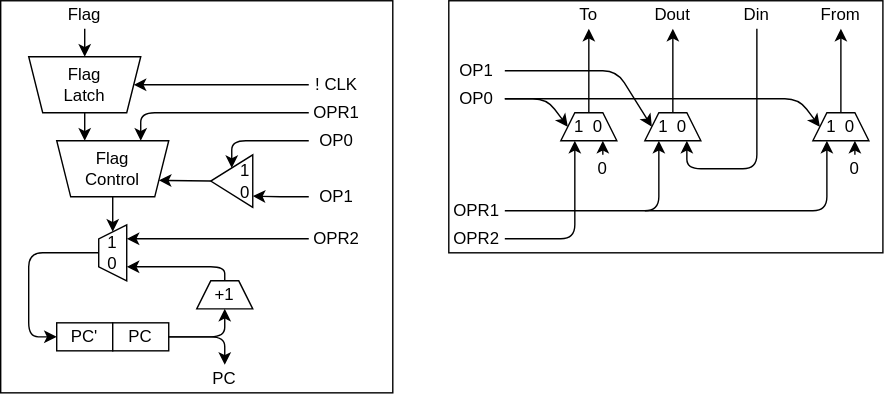
Before: RelayComputer/controller.drawio.svg, a diagram exported from draw.io (Next-MICON/Next-MOCON.github.io). Source tidied: cells renumbered, new cells last; positions are measured from the earlier drawing's top-left corner, leaving out a move shared by most shapes.
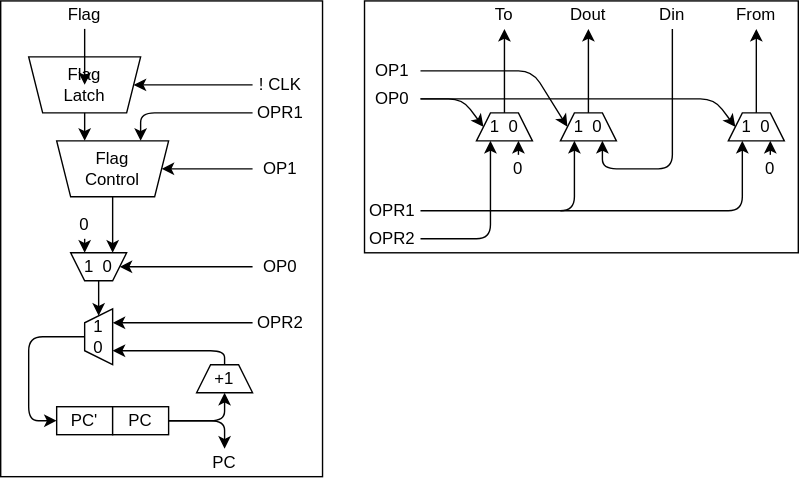
Later version of the same file.

The edit, as a diff of the source:
```diff
@@ -3,46 +3,46 @@
     <mxCell id="0" />
     <mxCell id="1" parent="0" />
     <mxCell id="2" style="rounded=0;whiteSpace=wrap;html=1;align=center;" parent="1" vertex="1">
-      <mxGeometry width="280" height="280" as="geometry" />
+      <mxGeometry width="230" height="340" as="geometry" />
     </mxCell>
     <mxCell id="3" style="rounded=0;whiteSpace=wrap;html=1;align=center;" parent="1" vertex="1">
-      <mxGeometry x="320" width="310" height="180" as="geometry" />
+      <mxGeometry x="260" width="310" height="180" as="geometry" />
     </mxCell>
     <mxCell id="4" value="1&amp;nbsp; 0" style="shape=trapezoid;perimeter=trapezoidPerimeter;whiteSpace=wrap;html=1;fixedSize=1;size=10;" parent="1" vertex="1">
-      <mxGeometry x="400" y="80" width="40" height="20" as="geometry" />
+      <mxGeometry x="340" y="80" width="40" height="20" as="geometry" />
     </mxCell>
     <mxCell id="5" style="endArrow=classic;html=1;exitX=0.5;exitY=0;exitDx=0;exitDy=0;entryX=0.5;entryY=1;entryDx=0;entryDy=0;" parent="1" edge="1" source="4" target="6">
       <mxGeometry relative="1" as="geometry" />
     </mxCell>
     <mxCell id="6" value="To" style="text;html=1;strokeColor=none;fillColor=none;align=center;verticalAlign=middle;whiteSpace=wrap;rounded=0;" parent="1" vertex="1">
-      <mxGeometry x="400" width="40" height="20" as="geometry" />
+      <mxGeometry x="340" width="40" height="20" as="geometry" />
     </mxCell>
     <mxCell id="7" value="1&amp;nbsp; 0" style="shape=trapezoid;perimeter=trapezoidPerimeter;whiteSpace=wrap;html=1;fixedSize=1;size=10;" parent="1" vertex="1">
-      <mxGeometry x="460" y="80" width="40" height="20" as="geometry" />
+      <mxGeometry x="400" y="80" width="40" height="20" as="geometry" />
     </mxCell>
     <mxCell id="8" style="endArrow=classic;html=1;exitX=0.5;exitY=0;exitDx=0;exitDy=0;entryX=0.5;entryY=1;entryDx=0;entryDy=0;" parent="1" edge="1" source="7" target="9">
       <mxGeometry relative="1" as="geometry" />
     </mxCell>
     <mxCell id="9" value="Dout" style="text;html=1;strokeColor=none;fillColor=none;align=center;verticalAlign=middle;whiteSpace=wrap;rounded=0;" parent="1" vertex="1">
-      <mxGeometry x="460" width="40" height="20" as="geometry" />
+      <mxGeometry x="400" width="40" height="20" as="geometry" />
     </mxCell>
     <mxCell id="10" value="1&amp;nbsp; 0" style="shape=trapezoid;perimeter=trapezoidPerimeter;whiteSpace=wrap;html=1;fixedSize=1;size=10;" parent="1" vertex="1">
-      <mxGeometry x="580" y="80" width="40" height="20" as="geometry" />
+      <mxGeometry x="520" y="80" width="40" height="20" as="geometry" />
     </mxCell>
     <mxCell id="11" style="endArrow=classic;html=1;exitX=0.5;exitY=0;exitDx=0;exitDy=0;entryX=0.5;entryY=1;entryDx=0;entryDy=0;" parent="1" edge="1" source="10" target="12">
       <mxGeometry relative="1" as="geometry" />
     </mxCell>
     <mxCell id="12" value="From" style="text;html=1;strokeColor=none;fillColor=none;align=center;verticalAlign=middle;whiteSpace=wrap;rounded=0;" parent="1" vertex="1">
-      <mxGeometry x="580" width="40" height="20" as="geometry" />
+      <mxGeometry x="520" width="40" height="20" as="geometry" />
     </mxCell>
     <mxCell id="13" value="Din" style="text;html=1;strokeColor=none;fillColor=none;align=center;verticalAlign=middle;whiteSpace=wrap;rounded=0;" parent="1" vertex="1">
-      <mxGeometry x="520" width="40" height="20" as="geometry" />
+      <mxGeometry x="460" width="40" height="20" as="geometry" />
     </mxCell>
     <mxCell id="14" style="endArrow=classic;html=1;entryX=0.75;entryY=1;entryDx=0;entryDy=0;exitX=0.5;exitY=1;exitDx=0;exitDy=0;" parent="1" edge="1" source="13" target="7">
       <mxGeometry relative="1" as="geometry">
         <Array as="points">
-          <mxPoint x="540" y="120" />
-          <mxPoint x="490" y="120" />
+          <mxPoint x="480" y="120" />
+          <mxPoint x="430" y="120" />
         </Array>
       </mxGeometry>
     </mxCell>
@@ -50,67 +50,67 @@
       <mxGeometry relative="1" as="geometry" />
     </mxCell>
     <mxCell id="16" value="0" style="text;html=1;strokeColor=none;fillColor=none;align=center;verticalAlign=middle;whiteSpace=wrap;rounded=0;" parent="1" vertex="1">
-      <mxGeometry x="420" y="110" width="20" height="20" as="geometry" />
+      <mxGeometry x="360" y="110" width="20" height="20" as="geometry" />
     </mxCell>
     <mxCell id="17" style="endArrow=classic;html=1;entryX=0.75;entryY=1;entryDx=0;entryDy=0;exitX=0.5;exitY=0;exitDx=0;exitDy=0;" parent="1" edge="1" source="18" target="10">
       <mxGeometry relative="1" as="geometry" />
     </mxCell>
     <mxCell id="18" value="0" style="text;html=1;strokeColor=none;fillColor=none;align=center;verticalAlign=middle;whiteSpace=wrap;rounded=0;" parent="1" vertex="1">
-      <mxGeometry x="600" y="110" width="20" height="20" as="geometry" />
+      <mxGeometry x="540" y="110" width="20" height="20" as="geometry" />
     </mxCell>
     <mxCell id="19" style="endArrow=classic;html=1;entryX=0;entryY=0.5;entryDx=0;entryDy=0;" parent="1" edge="1" target="4">
       <mxGeometry relative="1" as="geometry">
-        <mxPoint x="360" y="70" as="sourcePoint" />
+        <mxPoint x="300" y="70" as="sourcePoint" />
         <Array as="points">
-          <mxPoint x="390" y="70" />
+          <mxPoint x="330" y="70" />
         </Array>
       </mxGeometry>
     </mxCell>
     <mxCell id="20" style="endArrow=classic;html=1;entryX=0;entryY=0.5;entryDx=0;entryDy=0;exitX=1;exitY=0.5;exitDx=0;exitDy=0;" parent="1" edge="1" source="22" target="10">
       <mxGeometry relative="1" as="geometry">
         <Array as="points">
-          <mxPoint x="570" y="70" />
+          <mxPoint x="510" y="70" />
         </Array>
       </mxGeometry>
     </mxCell>
     <mxCell id="21" style="endArrow=classic;html=1;entryX=0;entryY=0.5;entryDx=0;entryDy=0;exitX=1;exitY=0.5;exitDx=0;exitDy=0;" parent="1" edge="1" source="23" target="7">
       <mxGeometry relative="1" as="geometry">
         <Array as="points">
-          <mxPoint x="440" y="50" />
+          <mxPoint x="380" y="50" />
         </Array>
       </mxGeometry>
     </mxCell>
     <mxCell id="22" value="OP0" style="text;html=1;strokeColor=none;fillColor=none;align=center;verticalAlign=middle;whiteSpace=wrap;rounded=0;" parent="1" vertex="1">
-      <mxGeometry x="320" y="60" width="40" height="20" as="geometry" />
+      <mxGeometry x="260" y="60" width="40" height="20" as="geometry" />
     </mxCell>
     <mxCell id="23" value="OP1" style="text;html=1;strokeColor=none;fillColor=none;align=center;verticalAlign=middle;whiteSpace=wrap;rounded=0;" parent="1" vertex="1">
-      <mxGeometry x="320" y="40" width="40" height="20" as="geometry" />
+      <mxGeometry x="260" y="40" width="40" height="20" as="geometry" />
     </mxCell>
     <mxCell id="24" value="OPR2" style="text;html=1;strokeColor=none;fillColor=none;align=center;verticalAlign=middle;whiteSpace=wrap;rounded=0;" parent="1" vertex="1">
-      <mxGeometry x="320" y="160" width="40" height="20" as="geometry" />
+      <mxGeometry x="260" y="160" width="40" height="20" as="geometry" />
     </mxCell>
     <mxCell id="25" value="OPR1" style="text;html=1;strokeColor=none;fillColor=none;align=center;verticalAlign=middle;whiteSpace=wrap;rounded=0;" parent="1" vertex="1">
-      <mxGeometry x="320" y="140" width="40" height="20" as="geometry" />
+      <mxGeometry x="260" y="140" width="40" height="20" as="geometry" />
     </mxCell>
     <mxCell id="26" style="endArrow=classic;html=1;exitX=1;exitY=0.5;exitDx=0;exitDy=0;entryX=0.25;entryY=1;entryDx=0;entryDy=0;" parent="1" edge="1" source="25" target="7">
       <mxGeometry relative="1" as="geometry">
         <Array as="points">
-          <mxPoint x="470" y="150" />
+          <mxPoint x="410" y="150" />
         </Array>
       </mxGeometry>
     </mxCell>
     <mxCell id="27" style="endArrow=classic;html=1;entryX=0.25;entryY=1;entryDx=0;entryDy=0;" parent="1" edge="1" target="10">
       <mxGeometry relative="1" as="geometry">
-        <mxPoint x="460" y="150" as="sourcePoint" />
+        <mxPoint x="400" y="150" as="sourcePoint" />
         <Array as="points">
-          <mxPoint x="590" y="150" />
+          <mxPoint x="530" y="150" />
         </Array>
       </mxGeometry>
     </mxCell>
     <mxCell id="28" style="endArrow=classic;html=1;entryX=0.25;entryY=1;entryDx=0;entryDy=0;exitX=1;exitY=0.5;exitDx=0;exitDy=0;" parent="1" edge="1" source="24" target="4">
       <mxGeometry relative="1" as="geometry">
         <Array as="points">
-          <mxPoint x="410" y="170" />
+          <mxPoint x="350" y="170" />
         </Array>
       </mxGeometry>
     </mxCell>
@@ -127,51 +127,52 @@
       <mxGeometry x="40" y="100" width="80" height="40" as="geometry" />
     </mxCell>
     <mxCell id="33" value="1&lt;br&gt;0" style="shape=trapezoid;perimeter=trapezoidPerimeter;whiteSpace=wrap;html=1;fixedSize=1;size=10;direction=north;verticalAlign=middle;align=center;" parent="1" vertex="1">
-      <mxGeometry x="70" y="160" width="20" height="40" as="geometry" />
+      <mxGeometry x="60" y="220" width="20" height="40" as="geometry" />
     </mxCell>
-    <mxCell id="34" style="endArrow=classic;html=1;exitX=0.5;exitY=0;exitDx=0;exitDy=0;entryX=1;entryY=0.5;entryDx=0;entryDy=0;" parent="1" edge="1" source="32" target="33">
+    <mxCell id="34" style="endArrow=classic;html=1;exitX=0.5;exitY=0;exitDx=0;exitDy=0;entryX=0.25;entryY=1;entryDx=0;entryDy=0;" parent="1" edge="1" source="32" target="50">
       <mxGeometry relative="1" as="geometry" />
     </mxCell>
     <mxCell id="35" value="+1" style="shape=trapezoid;perimeter=trapezoidPerimeter;whiteSpace=wrap;html=1;fixedSize=1;size=10;direction=east;verticalAlign=middle;align=center;" parent="1" vertex="1">
-      <mxGeometry x="140" y="200" width="40" height="20" as="geometry" />
+      <mxGeometry x="140" y="260" width="40" height="20" as="geometry" />
     </mxCell>
     <mxCell id="36" value="PC'" style="rounded=0;whiteSpace=wrap;html=1;align=center;" parent="1" vertex="1">
-      <mxGeometry x="40" y="230" width="40" height="20" as="geometry" />
+      <mxGeometry x="40" y="290" width="40" height="20" as="geometry" />
     </mxCell>
     <mxCell id="37" value="PC" style="rounded=0;whiteSpace=wrap;html=1;align=center;" parent="1" vertex="1">
-      <mxGeometry x="80" y="230" width="40" height="20" as="geometry" />
+      <mxGeometry x="80" y="290" width="40" height="20" as="geometry" />
     </mxCell>
     <mxCell id="38" style="endArrow=classic;html=1;entryX=0;entryY=0.5;entryDx=0;entryDy=0;exitX=0.5;exitY=0;exitDx=0;exitDy=0;" parent="1" edge="1" source="33" target="36">
       <mxGeometry relative="1" as="geometry">
         <Array as="points">
-          <mxPoint x="20" y="180" />
           <mxPoint x="20" y="240" />
+          <mxPoint x="20" y="300" />
         </Array>
       </mxGeometry>
     </mxCell>
     <mxCell id="39" style="endArrow=classic;html=1;entryX=0.5;entryY=1;entryDx=0;entryDy=0;exitX=1;exitY=0.5;exitDx=0;exitDy=0;" parent="1" edge="1" source="37" target="35">
       <mxGeometry relative="1" as="geometry">
         <Array as="points">
-          <mxPoint x="160" y="240" />
+          <mxPoint x="160" y="300" />
         </Array>
       </mxGeometry>
     </mxCell>
     <mxCell id="40" style="endArrow=classic;html=1;entryX=0.25;entryY=1;entryDx=0;entryDy=0;exitX=0.5;exitY=0;exitDx=0;exitDy=0;" parent="1" edge="1" source="35" target="33">
       <mxGeometry relative="1" as="geometry">
         <Array as="points">
-          <mxPoint x="160" y="190" />
+          <mxPoint x="160" y="250" />
         </Array>
       </mxGeometry>
     </mxCell>
-    <mxCell id="41" style="endArrow=classic;html=1;exitX=1;exitY=0.5;exitDx=0;exitDy=0;entryX=0.5;entryY=0;entryDx=0;entryDy=0;" parent="1" edge="1" source="37" target="42">
+    <mxCell id="41" style="endArrow=classic;html=1;exitX=1;exitY=0.5;exitDx=0;exitDy=0;entryX=0.5;entryY=0;entryDx=0;entryDy=0;" parent="1" edge="1" source="37">
       <mxGeometry relative="1" as="geometry">
+        <mxPoint x="160" y="320" as="targetPoint" />
         <Array as="points">
-          <mxPoint x="160" y="240" />
+          <mxPoint x="160" y="300" />
         </Array>
       </mxGeometry>
     </mxCell>
     <mxCell id="42" value="PC" style="text;html=1;strokeColor=none;fillColor=none;align=center;verticalAlign=middle;whiteSpace=wrap;rounded=0;" parent="1" vertex="1">
-      <mxGeometry x="140" y="260" width="40" height="20" as="geometry" />
+      <mxGeometry x="140" y="320" width="40" height="20" as="geometry" />
     </mxCell>
     <mxCell id="43" style="endArrow=classic;html=1;exitX=0.5;exitY=0;exitDx=0;exitDy=0;entryX=0.75;entryY=1;entryDx=0;entryDy=0;" parent="1" edge="1" source="29" target="32">
       <mxGeometry relative="1" as="geometry" />
@@ -180,7 +181,7 @@
       <mxGeometry relative="1" as="geometry" />
     </mxCell>
     <mxCell id="45" value="! CLK" style="text;html=1;strokeColor=none;fillColor=none;align=center;verticalAlign=middle;whiteSpace=wrap;rounded=0;" parent="1" vertex="1">
-      <mxGeometry x="220" y="50" width="40" height="20" as="geometry" />
+      <mxGeometry x="180" y="50" width="40" height="20" as="geometry" />
     </mxCell>
     <mxCell id="46" style="endArrow=classic;html=1;entryX=0.25;entryY=1;entryDx=0;entryDy=0;exitX=0;exitY=0.5;exitDx=0;exitDy=0;" parent="1" edge="1" source="47" target="32">
       <mxGeometry relative="1" as="geometry">
@@ -190,35 +191,37 @@
       </mxGeometry>
     </mxCell>
     <mxCell id="47" value="OPR1" style="text;html=1;strokeColor=none;fillColor=none;align=center;verticalAlign=middle;whiteSpace=wrap;rounded=0;" parent="1" vertex="1">
-      <mxGeometry x="220" y="70" width="40" height="20" as="geometry" />
+      <mxGeometry x="180" y="70" width="40" height="20" as="geometry" />
     </mxCell>
     <mxCell id="48" style="endArrow=classic;html=1;entryX=0.75;entryY=1;entryDx=0;entryDy=0;exitX=0;exitY=0.5;exitDx=0;exitDy=0;" parent="1" edge="1" source="49" target="33">
       <mxGeometry relative="1" as="geometry" />
     </mxCell>
     <mxCell id="49" value="OPR2" style="text;html=1;strokeColor=none;fillColor=none;align=center;verticalAlign=middle;whiteSpace=wrap;rounded=0;" parent="1" vertex="1">
-      <mxGeometry x="220" y="160" width="40" height="20" as="geometry" />
+      <mxGeometry x="180" y="220" width="40" height="20" as="geometry" />
     </mxCell>
-    <mxCell id="50" value="1&lt;br&gt;0" style="triangle;whiteSpace=wrap;html=1;align=right;direction=west;" parent="1" vertex="1">
-      <mxGeometry x="150" y="110" width="30" height="37.5" as="geometry" />
-    </mxCell>
-    <mxCell id="51" style="endArrow=classic;html=1;exitX=1;exitY=0.5;exitDx=0;exitDy=0;entryX=0;entryY=0.25;entryDx=0;entryDy=0;" parent="1" edge="1" source="50" target="32">
-      <mxGeometry relative="1" as="geometry" />
-    </mxCell>
-    <mxCell id="52" style="edgeStyle=orthogonalEdgeStyle;rounded=0;jettySize=auto;html=1;exitX=0;exitY=0.5;exitDx=0;exitDy=0;entryX=0;entryY=0.213;entryDx=0;entryDy=0;entryPerimeter=0;" parent="1" edge="1" source="53" target="50">
+    <mxCell id="52" style="edgeStyle=orthogonalEdgeStyle;rounded=0;jettySize=auto;html=1;exitX=0;exitY=0.5;exitDx=0;exitDy=0;entryX=0;entryY=0.5;entryDx=0;entryDy=0;" parent="1" edge="1" source="53" target="32">
       <mxGeometry relative="1" as="geometry" />
     </mxCell>
     <mxCell id="53" value="OP1" style="text;html=1;strokeColor=none;fillColor=none;align=center;verticalAlign=middle;whiteSpace=wrap;rounded=0;" parent="1" vertex="1">
-      <mxGeometry x="220" y="130" width="40" height="20" as="geometry" />
+      <mxGeometry x="180" y="110" width="40" height="20" as="geometry" />
     </mxCell>
     <mxCell id="54" value="OP0" style="text;html=1;strokeColor=none;fillColor=none;align=center;verticalAlign=middle;whiteSpace=wrap;rounded=0;" parent="1" vertex="1">
-      <mxGeometry x="220" y="90" width="40" height="20" as="geometry" />
+      <mxGeometry x="180" y="180" width="40" height="20" as="geometry" />
     </mxCell>
+    <mxCell id="50" value="1&amp;nbsp; 0" style="shape=trapezoid;perimeter=trapezoidPerimeter;whiteSpace=wrap;html=1;fixedSize=1;size=10;direction=west;verticalAlign=middle;align=center;" parent="1" vertex="1">
+      <mxGeometry x="50" y="180" width="40" height="20" as="geometry" />
+    </mxCell>
+    <mxCell id="56" style="endArrow=classic;html=1;exitX=0.5;exitY=0;exitDx=0;exitDy=0;entryX=1;entryY=0.5;entryDx=0;entryDy=0;" parent="1" edge="1" source="50" target="33">
+      <mxGeometry relative="1" as="geometry" />
+    </mxCell>
+    <mxCell id="57" style="endArrow=classic;html=1;entryX=0.75;entryY=1;entryDx=0;entryDy=0;exitX=0.5;exitY=1;exitDx=0;exitDy=0;" parent="1" edge="1" source="58" target="50">
+      <mxGeometry relative="1" as="geometry" />
+    </mxCell>
+    <mxCell id="58" value="0" style="text;html=1;strokeColor=none;fillColor=none;align=center;verticalAlign=middle;whiteSpace=wrap;rounded=0;" parent="1" vertex="1">
+      <mxGeometry x="50" y="150" width="20" height="20" as="geometry" />
+    </mxCell>
-    <mxCell id="55" style="endArrow=classic;html=1;entryX=0.5;entryY=1;entryDx=0;entryDy=0;exitX=0;exitY=0.5;exitDx=0;exitDy=0;" parent="1" edge="1" source="54" target="50">
-      <mxGeometry relative="1" as="geometry">
-        <Array as="points">
-          <mxPoint x="165" y="100" />
-        </Array>
-      </mxGeometry>
+    <mxCell id="55" style="endArrow=classic;html=1;entryX=0;entryY=0.5;entryDx=0;entryDy=0;exitX=0;exitY=0.5;exitDx=0;exitDy=0;" parent="1" edge="1" source="54" target="50">
+      <mxGeometry relative="1" as="geometry" />
     </mxCell>
   </root>
 </mxGraphModel>
```
